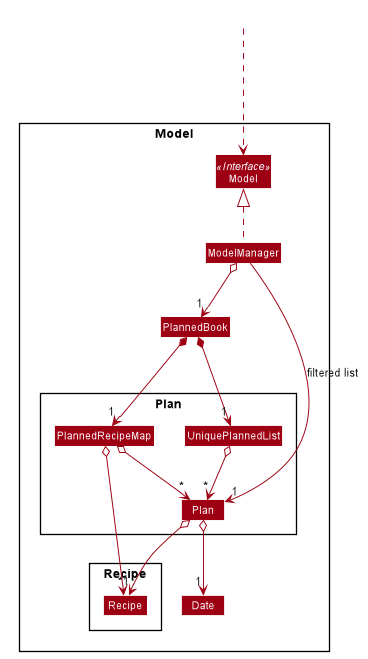
Earlier version of the PlantUML export images/ModelPlanClassDiagram.png (AY1920S2-CS2103T-T10-1/main).
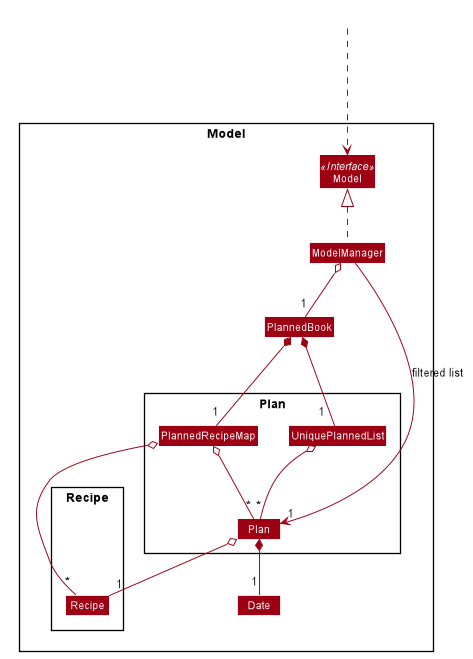
Later version of the same file.

The edit, as a diff of the source:
```diff
@@ -69,19 +69,22 @@
 class Date
 
 Package Recipe {
+
     class Recipe
+    class Hidden #FFFFFF
 }
 HiddenOutside ...> Model
-ModelManager o--> "1" PlannedBook
+ModelManager o-- "1" PlannedBook
 ModelManager .up.|> Model
 ModelManager --> "1" Plan : filtered list
 
-PlannedBook *-down->"1" UniquePlannedList
-PlannedBook *-down->"1" PlannedRecipeMap
-UniquePlannedList o--> "*" Plan
-PlannedRecipeMap o--> "*" Plan
-PlannedRecipeMap o--> "*" Recipe
-Plan o--> "1" Recipe
-Plan o--> "1" Date
+Recipe -up[hidden]- Hidden
+PlannedBook *-down-"         1" UniquePlannedList
+PlannedBook *-down-"1" PlannedRecipeMap
+UniquePlannedList o-- "*" Plan
+PlannedRecipeMap o-- "*" Plan
+PlannedRecipeMap o-- "*" Recipe
+Plan o-- "1" Recipe
+Plan *-- "1" Date
 
 @enduml
```
